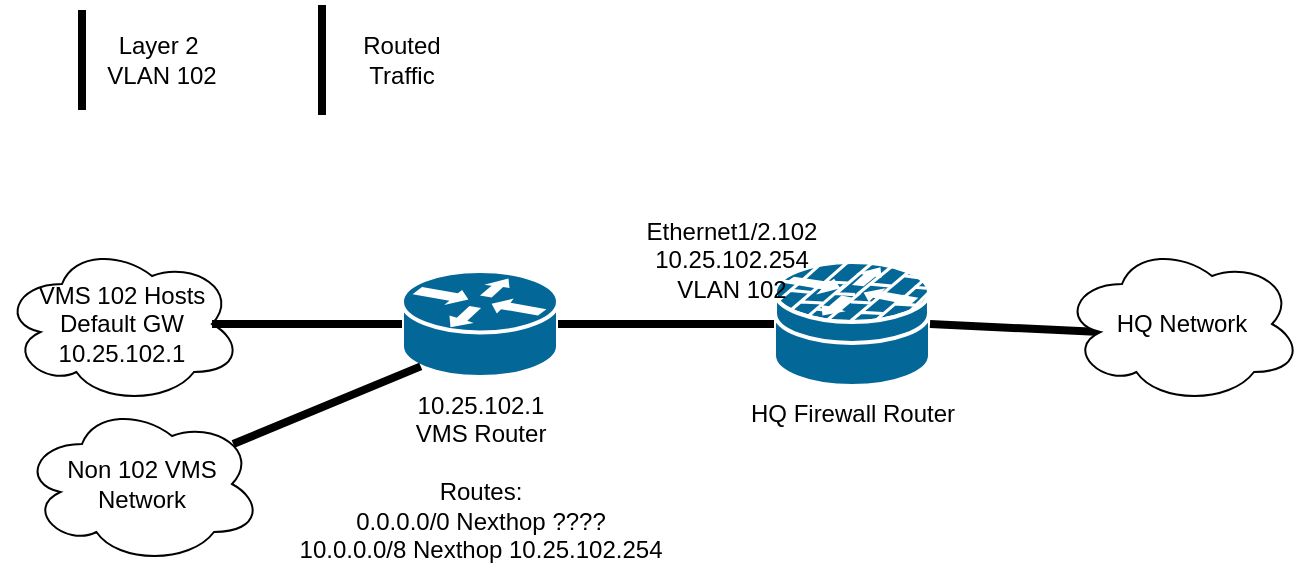
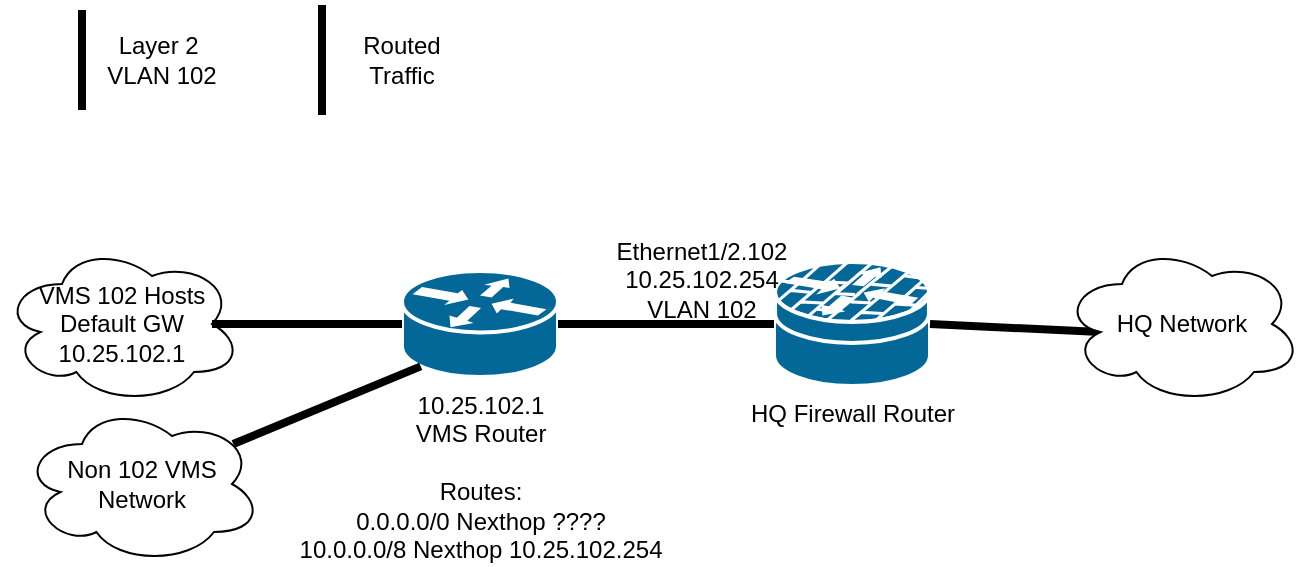
<mxfile host="app.diagrams.net">
  <diagram name="Page-1" id="4S8Gl4sf2LsPPyjwvW3X">
    <mxGraphModel dx="1400" dy="729" grid="1" gridSize="10" guides="1" tooltips="1" connect="1" arrows="1" fold="1" page="1" pageScale="1" pageWidth="850" pageHeight="1100" math="0" shadow="0">
      <root>
        <mxCell id="0" />
        <mxCell id="1" parent="0" />
        <mxCell id="08-S4UHzcj1Pybimo4jH-1" parent="1" style="strokeColor=#ffffff;sketch=0;html=1;pointerEvents=1;dashed=0;fillColor=#036897;strokeWidth=2;verticalLabelPosition=bottom;verticalAlign=top;align=center;outlineConnect=0;shape=mxgraph.cisco.routers.router;" value="10.25.102.1&lt;div&gt;VMS Router&lt;/div&gt;&lt;div&gt;&lt;br&gt;&lt;/div&gt;&lt;div&gt;Routes:&lt;/div&gt;&lt;div&gt;0.0.0.0/0 Nexthop ????&lt;/div&gt;&lt;div&gt;10.0.0.0/8 Nexthop 10.25.102.254&lt;/div&gt;" vertex="1">
          <mxGeometry height="53" width="78" x="200" y="280.5" as="geometry" />
        </mxCell>
        <mxCell id="08-S4UHzcj1Pybimo4jH-2" parent="1" style="shape=mxgraph.cisco.security.router_firewall;sketch=0;html=1;pointerEvents=1;dashed=0;fillColor=#036897;strokeColor=#ffffff;strokeWidth=2;verticalLabelPosition=bottom;verticalAlign=top;align=center;outlineConnect=0;" value="&lt;div&gt;HQ Firewall Router&lt;/div&gt;" vertex="1">
          <mxGeometry height="62" width="78" x="386" y="276" as="geometry" />
        </mxCell>
        <mxCell id="08-S4UHzcj1Pybimo4jH-4" edge="1" parent="1" source="08-S4UHzcj1Pybimo4jH-1" style="endArrow=none;html=1;rounded=0;entryX=0;entryY=0.5;entryDx=0;entryDy=0;entryPerimeter=0;exitX=1;exitY=0.5;exitDx=0;exitDy=0;exitPerimeter=0;strokeColor=light-dark(#000000,#9999FF);strokeWidth=4;align=center;verticalAlign=middle;fontFamily=Helvetica;fontSize=11;fontColor=default;labelBackgroundColor=default;" target="08-S4UHzcj1Pybimo4jH-2" value="">
          <mxGeometry height="50" relative="1" width="50" as="geometry">
            <mxPoint x="330" y="307" as="sourcePoint" />
            <mxPoint x="290" y="290.5" as="targetPoint" />
          </mxGeometry>
        </mxCell>
        <mxCell id="08-S4UHzcj1Pybimo4jH-6" parent="1" style="text;html=1;whiteSpace=wrap;strokeColor=none;fillColor=none;align=center;verticalAlign=middle;rounded=0;" value="&lt;div&gt;Ethernet1/2.102&lt;/div&gt;10.25.102.254&lt;div&gt;VLAN 102&lt;/div&gt;" vertex="1">
-           <mxGeometry height="70" width="120" x="305" y="240" as="geometry" />
+           <mxGeometry height="70" width="120" x="290" y="250" as="geometry" />
        </mxCell>
        <mxCell id="08-S4UHzcj1Pybimo4jH-7" parent="1" style="ellipse;shape=cloud;whiteSpace=wrap;html=1;" value="VMS 102 Hosts&lt;div&gt;Default GW 10.25.102.1&lt;/div&gt;" vertex="1">
          <mxGeometry height="80" width="120" y="267" as="geometry" />
        </mxCell>
        <mxCell id="08-S4UHzcj1Pybimo4jH-8" edge="1" parent="1" source="08-S4UHzcj1Pybimo4jH-7" style="endArrow=none;html=1;rounded=0;entryX=0;entryY=0.5;entryDx=0;entryDy=0;entryPerimeter=0;exitX=0.875;exitY=0.5;exitDx=0;exitDy=0;exitPerimeter=0;strokeWidth=4;strokeColor=light-dark(#000000,#9999FF);" target="08-S4UHzcj1Pybimo4jH-1" value="">
          <mxGeometry height="50" relative="1" width="50" as="geometry">
            <mxPoint x="290" y="458.5" as="sourcePoint" />
            <mxPoint x="290" y="290.5" as="targetPoint" />
          </mxGeometry>
        </mxCell>
        <mxCell id="08-S4UHzcj1Pybimo4jH-9" edge="1" parent="1" source="08-S4UHzcj1Pybimo4jH-10" style="endArrow=none;html=1;rounded=0;entryX=1;entryY=0.5;entryDx=0;entryDy=0;entryPerimeter=0;exitX=0.16;exitY=0.55;exitDx=0;exitDy=0;exitPerimeter=0;strokeWidth=4;strokeColor=light-dark(#000000,#66FFB3);" target="08-S4UHzcj1Pybimo4jH-2" value="">
          <mxGeometry height="50" relative="1" width="50" as="geometry">
            <mxPoint x="600" y="300" as="sourcePoint" />
            <mxPoint x="430" y="290.5" as="targetPoint" />
          </mxGeometry>
        </mxCell>
        <mxCell id="08-S4UHzcj1Pybimo4jH-10" parent="1" style="ellipse;shape=cloud;whiteSpace=wrap;html=1;" value="HQ Network" vertex="1">
          <mxGeometry height="80" width="120" x="530" y="267" as="geometry" />
        </mxCell>
        <mxCell id="08-S4UHzcj1Pybimo4jH-11" edge="1" parent="1" style="endArrow=none;html=1;rounded=0;exitX=0.875;exitY=0.5;exitDx=0;exitDy=0;exitPerimeter=0;strokeWidth=4;strokeColor=light-dark(#000000,#9999FF);" value="">
          <mxGeometry height="50" relative="1" width="50" as="geometry">
            <mxPoint x="40" y="200" as="sourcePoint" />
            <mxPoint x="40" y="150" as="targetPoint" />
          </mxGeometry>
        </mxCell>
        <mxCell id="08-S4UHzcj1Pybimo4jH-12" parent="1" style="text;html=1;whiteSpace=wrap;strokeColor=none;fillColor=none;align=center;verticalAlign=middle;rounded=0;" value="Layer 2&amp;nbsp;&lt;div&gt;VLAN 102&lt;/div&gt;" vertex="1">
          <mxGeometry height="30" width="60" x="50" y="160" as="geometry" />
        </mxCell>
        <mxCell id="08-S4UHzcj1Pybimo4jH-13" edge="1" parent="1" style="endArrow=none;html=1;rounded=0;strokeWidth=4;strokeColor=light-dark(#000000,#66FFB3);" value="">
          <mxGeometry height="50" relative="1" width="50" as="geometry">
            <mxPoint x="160" y="147.5" as="sourcePoint" />
            <mxPoint x="160" y="202.5" as="targetPoint" />
          </mxGeometry>
        </mxCell>
        <mxCell id="08-S4UHzcj1Pybimo4jH-14" parent="1" style="text;html=1;whiteSpace=wrap;strokeColor=none;fillColor=none;align=center;verticalAlign=middle;rounded=0;" value="Routed Traffic" vertex="1">
          <mxGeometry height="30" width="60" x="170" y="160" as="geometry" />
        </mxCell>
        <mxCell id="08-S4UHzcj1Pybimo4jH-15" edge="1" parent="1" source="08-S4UHzcj1Pybimo4jH-1" style="endArrow=none;html=1;rounded=0;strokeWidth=4;strokeColor=light-dark(#000000,#66FFB3);exitX=0.12;exitY=0.9;exitDx=0;exitDy=0;exitPerimeter=0;entryX=0.88;entryY=0.25;entryDx=0;entryDy=0;entryPerimeter=0;" target="08-S4UHzcj1Pybimo4jH-16" value="">
          <mxGeometry height="50" relative="1" width="50" as="geometry">
            <mxPoint x="700" y="660" as="sourcePoint" />
            <mxPoint x="130" y="370" as="targetPoint" />
          </mxGeometry>
        </mxCell>
        <mxCell id="08-S4UHzcj1Pybimo4jH-16" parent="1" style="ellipse;shape=cloud;whiteSpace=wrap;html=1;" value="Non 102 VMS Network" vertex="1">
          <mxGeometry height="80" width="120" x="10" y="347" as="geometry" />
        </mxCell>
      </root>
    </mxGraphModel>
  </diagram>
</mxfile>
